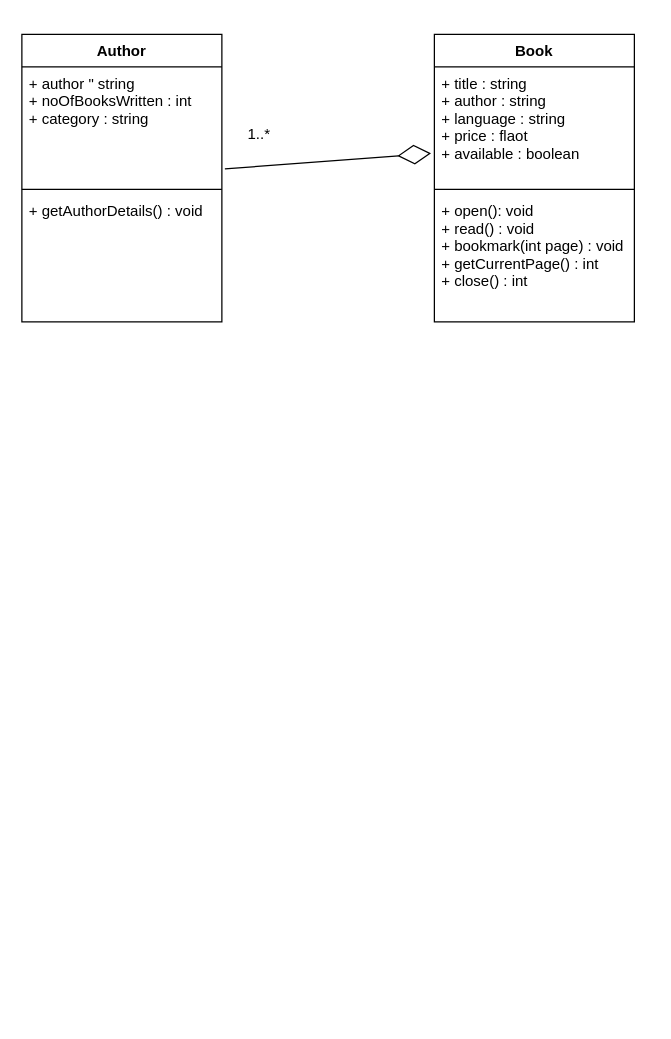
This is page "s1 class diagram" (1 of 3) of guides/c3.drawio from Thammayya/liveMAPGit, a draw.io file, before an edit. Source tidied: cells renumbered, new cells numbered last; positions are measured from the earlier drawing's top-left corner, leaving out a move shared by most shapes. Both pictures are drawn from the tidied source at 125%, with x=0, y=0 at pixel (21, 34).
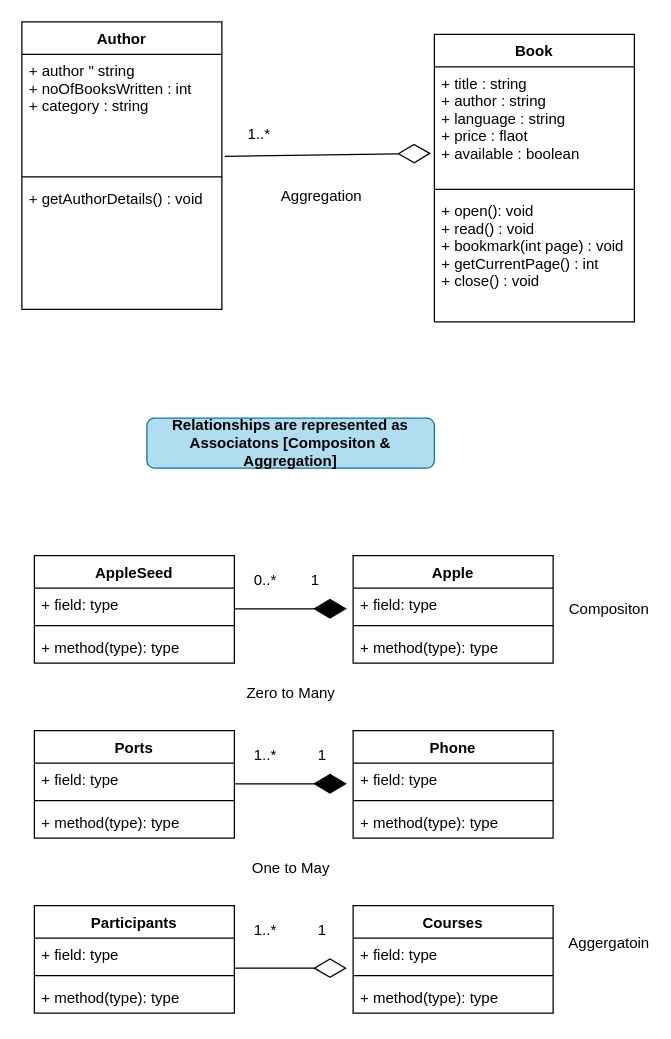
The same page after the edit.

The change refers to these unchanged cells:
```xml
<mxCell id="2" value="Book" style="swimlane;fontStyle=1;align=center;verticalAlign=top;horizontal=1;startSize=26;" parent="1" vertex="1">
  <mxGeometry x="330" width="160" height="230" as="geometry" />
</mxCell>
```

The edit, as a diff of the source:
```diff
@@
-    <mxCell id="5" value="+ open(): void&#10;+ read() : void&#10;+ bookmark(int page) : void&#10;+ getCurrentPage() : int&#10;+ close() : int" style="text;strokeColor=none;fillColor=none;align=left;verticalAlign=top;spacingLeft=4;spacingRight=4;overflow=hidden;" parent="2" vertex="1">
+    <mxCell id="5" value="+ open(): void&#10;+ read() : void&#10;+ bookmark(int page) : void&#10;+ getCurrentPage() : int&#10;+ close() : void" style="text;strokeColor=none;fillColor=none;align=left;verticalAlign=top;spacingLeft=4;spacingRight=4;overflow=hidden;" parent="2" vertex="1">
       <mxGeometry y="128" width="160" height="102" as="geometry" />
     </mxCell>
     <mxCell id="6" value="Author" style="swimlane;fontStyle=1;align=center;verticalAlign=top;horizontal=1;startSize=26;" parent="1" vertex="1">
-      <mxGeometry width="160" height="230" as="geometry" />
+      <mxGeometry y="-10" width="160" height="230" as="geometry" />
     </mxCell>
@@
+    <mxCell id="12" value="Compositon" style="text;html=1;strokeColor=none;fillColor=none;align=center;verticalAlign=middle;whiteSpace=wrap;rounded=0;" parent="1" vertex="1">
+      <mxGeometry x="450" y="450" width="40" height="20" as="geometry" />
+    </mxCell>
+    <mxCell id="13" value="Aggregation" style="text;html=1;strokeColor=none;fillColor=none;align=center;verticalAlign=middle;whiteSpace=wrap;rounded=0;" parent="1" vertex="1">
+      <mxGeometry x="220" y="120" width="40" height="20" as="geometry" />
+    </mxCell>
+    <mxCell id="14" value="Relationships are represented as Associatons [Compositon &amp;amp; Aggregation]" style="rounded=1;whiteSpace=wrap;html=1;fillColor=#b1ddf0;strokeColor=#10739e;fontStyle=1;" parent="1" vertex="1">
+      <mxGeometry x="100" y="307" width="230" height="40" as="geometry" />
+    </mxCell>
+    <mxCell id="15" style="group;" parent="1" vertex="1">
+      <mxGeometry x="10" y="417" width="415" height="86" as="geometry" />
+    </mxCell>
+    <mxCell id="16" value="Apple" style="swimlane;fontStyle=1;align=center;verticalAlign=top;horizontal=1;startSize=26;" parent="15" vertex="1">
+      <mxGeometry x="255" width="160" height="86" as="geometry" />
+    </mxCell>
+    <mxCell id="17" value="+ field: type" style="text;strokeColor=none;fillColor=none;align=left;verticalAlign=top;spacingLeft=4;spacingRight=4;overflow=hidden;" parent="16" vertex="1">
+      <mxGeometry y="26" width="160" height="26" as="geometry" />
+    </mxCell>
+    <mxCell id="18" style="line;strokeWidth=1;fillColor=none;align=left;verticalAlign=middle;spacingTop=-1;spacingLeft=3;spacingRight=3;labelPosition=right;" parent="16" vertex="1">
+      <mxGeometry y="52" width="160" height="8" as="geometry" />
+    </mxCell>
+    <mxCell id="19" value="+ method(type): type" style="text;strokeColor=none;fillColor=none;align=left;verticalAlign=top;spacingLeft=4;spacingRight=4;overflow=hidden;" parent="16" vertex="1">
+      <mxGeometry y="60" width="160" height="26" as="geometry" />
+    </mxCell>
+    <mxCell id="20" value="AppleSeed" style="swimlane;fontStyle=1;align=center;verticalAlign=top;horizontal=1;startSize=26;" parent="15" vertex="1">
+      <mxGeometry width="160" height="86" as="geometry" />
+    </mxCell>
+    <mxCell id="21" value="+ field: type" style="text;strokeColor=none;fillColor=none;align=left;verticalAlign=top;spacingLeft=4;spacingRight=4;overflow=hidden;" parent="20" vertex="1">
+      <mxGeometry y="26" width="160" height="26" as="geometry" />
+    </mxCell>
+    <mxCell id="22" style="line;strokeWidth=1;fillColor=none;align=left;verticalAlign=middle;spacingTop=-1;spacingLeft=3;spacingRight=3;labelPosition=right;" parent="20" vertex="1">
+      <mxGeometry y="52" width="160" height="8" as="geometry" />
+    </mxCell>
+    <mxCell id="23" value="+ method(type): type" style="text;strokeColor=none;fillColor=none;align=left;verticalAlign=top;spacingLeft=4;spacingRight=4;overflow=hidden;" parent="20" vertex="1">
+      <mxGeometry y="60" width="160" height="26" as="geometry" />
+    </mxCell>
+    <mxCell id="24" value="0..*" style="text;html=1;strokeColor=none;fillColor=none;align=center;verticalAlign=middle;whiteSpace=wrap;rounded=0;" parent="15" vertex="1">
+      <mxGeometry x="165" y="10" width="40" height="20" as="geometry" />
+    </mxCell>
+    <mxCell id="25" style="endArrow=diamondThin;endFill=1;endSize=24;html=1;" parent="15" edge="1">
+      <mxGeometry relative="1" as="geometry">
+        <mxPoint x="160" y="42.5" as="sourcePoint" />
+        <mxPoint x="250" y="42.5" as="targetPoint" />
+      </mxGeometry>
+    </mxCell>
+    <mxCell id="26" value="1" style="text;html=1;strokeColor=none;fillColor=none;align=center;verticalAlign=middle;whiteSpace=wrap;rounded=0;" parent="15" vertex="1">
+      <mxGeometry x="205" y="10" width="40" height="20" as="geometry" />
+    </mxCell>
+    <mxCell id="27" value="Zero to Many" style="text;html=1;align=center;verticalAlign=middle;strokeColor=none;fillColor=none;" parent="1" vertex="1">
+      <mxGeometry x="170" y="517" width="90" height="20" as="geometry" />
+    </mxCell>
+    <mxCell id="28" style="group;" parent="1" vertex="1">
+      <mxGeometry x="10" y="557" width="415" height="86" as="geometry" />
+    </mxCell>
+    <mxCell id="29" value="Phone" style="swimlane;fontStyle=1;align=center;verticalAlign=top;horizontal=1;startSize=26;" parent="28" vertex="1">
+      <mxGeometry x="255" width="160" height="86" as="geometry" />
+    </mxCell>
+    <mxCell id="30" value="+ field: type" style="text;strokeColor=none;fillColor=none;align=left;verticalAlign=top;spacingLeft=4;spacingRight=4;overflow=hidden;" parent="29" vertex="1">
+      <mxGeometry y="26" width="160" height="26" as="geometry" />
+    </mxCell>
+    <mxCell id="31" style="line;strokeWidth=1;fillColor=none;align=left;verticalAlign=middle;spacingTop=-1;spacingLeft=3;spacingRight=3;labelPosition=right;" parent="29" vertex="1">
+      <mxGeometry y="52" width="160" height="8" as="geometry" />
+    </mxCell>
+    <mxCell id="32" value="+ method(type): type" style="text;strokeColor=none;fillColor=none;align=left;verticalAlign=top;spacingLeft=4;spacingRight=4;overflow=hidden;" parent="29" vertex="1">
+      <mxGeometry y="60" width="160" height="26" as="geometry" />
+    </mxCell>
+    <mxCell id="33" value="Ports" style="swimlane;fontStyle=1;align=center;verticalAlign=top;horizontal=1;startSize=26;" parent="28" vertex="1">
+      <mxGeometry width="160" height="86" as="geometry" />
+    </mxCell>
+    <mxCell id="34" value="+ field: type" style="text;strokeColor=none;fillColor=none;align=left;verticalAlign=top;spacingLeft=4;spacingRight=4;overflow=hidden;" parent="33" vertex="1">
+      <mxGeometry y="26" width="160" height="26" as="geometry" />
+    </mxCell>
+    <mxCell id="35" style="line;strokeWidth=1;fillColor=none;align=left;verticalAlign=middle;spacingTop=-1;spacingLeft=3;spacingRight=3;labelPosition=right;" parent="33" vertex="1">
+      <mxGeometry y="52" width="160" height="8" as="geometry" />
+    </mxCell>
+    <mxCell id="36" value="+ method(type): type" style="text;strokeColor=none;fillColor=none;align=left;verticalAlign=top;spacingLeft=4;spacingRight=4;overflow=hidden;" parent="33" vertex="1">
+      <mxGeometry y="60" width="160" height="26" as="geometry" />
+    </mxCell>
+    <mxCell id="37" value="1..*" style="text;html=1;strokeColor=none;fillColor=none;align=center;verticalAlign=middle;whiteSpace=wrap;rounded=0;" parent="28" vertex="1">
+      <mxGeometry x="165" y="10" width="40" height="20" as="geometry" />
+    </mxCell>
+    <mxCell id="38" style="endArrow=diamondThin;endFill=1;endSize=24;html=1;" parent="28" edge="1">
+      <mxGeometry relative="1" as="geometry">
+        <mxPoint x="160" y="42.5" as="sourcePoint" />
+        <mxPoint x="250" y="42.5" as="targetPoint" />
+      </mxGeometry>
+    </mxCell>
+    <mxCell id="39" value="One to May" style="text;html=1;align=center;verticalAlign=middle;strokeColor=none;fillColor=none;" parent="1" vertex="1">
+      <mxGeometry x="175" y="657" width="80" height="20" as="geometry" />
+    </mxCell>
+    <mxCell id="40" value="1" style="text;html=1;align=center;verticalAlign=middle;strokeColor=none;fillColor=none;" parent="1" vertex="1">
+      <mxGeometry x="230" y="567" width="20" height="20" as="geometry" />
+    </mxCell>
+    <mxCell id="41" style="group;" parent="1" vertex="1">
+      <mxGeometry x="10" y="697" width="415" height="86" as="geometry" />
+    </mxCell>
+    <mxCell id="42" value="Courses" style="swimlane;fontStyle=1;align=center;verticalAlign=top;horizontal=1;startSize=26;" parent="41" vertex="1">
+      <mxGeometry x="255" width="160" height="86" as="geometry" />
+    </mxCell>
+    <mxCell id="43" value="+ field: type" style="text;strokeColor=none;fillColor=none;align=left;verticalAlign=top;spacingLeft=4;spacingRight=4;overflow=hidden;" parent="42" vertex="1">
+      <mxGeometry y="26" width="160" height="26" as="geometry" />
+    </mxCell>
+    <mxCell id="44" style="line;strokeWidth=1;fillColor=none;align=left;verticalAlign=middle;spacingTop=-1;spacingLeft=3;spacingRight=3;labelPosition=right;" parent="42" vertex="1">
+      <mxGeometry y="52" width="160" height="8" as="geometry" />
+    </mxCell>
+    <mxCell id="45" value="+ method(type): type" style="text;strokeColor=none;fillColor=none;align=left;verticalAlign=top;spacingLeft=4;spacingRight=4;overflow=hidden;" parent="42" vertex="1">
+      <mxGeometry y="60" width="160" height="26" as="geometry" />
+    </mxCell>
+    <mxCell id="46" value="Participants" style="swimlane;fontStyle=1;align=center;verticalAlign=top;horizontal=1;startSize=26;" parent="41" vertex="1">
+      <mxGeometry width="160" height="86" as="geometry" />
+    </mxCell>
+    <mxCell id="47" value="+ field: type" style="text;strokeColor=none;fillColor=none;align=left;verticalAlign=top;spacingLeft=4;spacingRight=4;overflow=hidden;" parent="46" vertex="1">
+      <mxGeometry y="26" width="160" height="26" as="geometry" />
+    </mxCell>
+    <mxCell id="48" style="line;strokeWidth=1;fillColor=none;align=left;verticalAlign=middle;spacingTop=-1;spacingLeft=3;spacingRight=3;labelPosition=right;" parent="46" vertex="1">
+      <mxGeometry y="52" width="160" height="8" as="geometry" />
+    </mxCell>
+    <mxCell id="49" value="+ method(type): type" style="text;strokeColor=none;fillColor=none;align=left;verticalAlign=top;spacingLeft=4;spacingRight=4;overflow=hidden;" parent="46" vertex="1">
+      <mxGeometry y="60" width="160" height="26" as="geometry" />
+    </mxCell>
+    <mxCell id="50" value="1..*" style="text;html=1;strokeColor=none;fillColor=none;align=center;verticalAlign=middle;whiteSpace=wrap;rounded=0;" parent="41" vertex="1">
+      <mxGeometry x="165" y="10" width="40" height="20" as="geometry" />
+    </mxCell>
+    <mxCell id="51" style="endArrow=diamondThin;endFill=0;endSize=24;html=1;" parent="41" edge="1">
+      <mxGeometry relative="1" as="geometry">
+        <mxPoint x="160" y="50" as="sourcePoint" />
+        <mxPoint x="250" y="50" as="targetPoint" />
+      </mxGeometry>
+    </mxCell>
+    <mxCell id="52" value="1" style="text;html=1;align=center;verticalAlign=middle;strokeColor=none;fillColor=none;" parent="1" vertex="1">
+      <mxGeometry x="230" y="707" width="20" height="20" as="geometry" />
+    </mxCell>
+    <mxCell id="53" value="Aggergatoin" style="text;html=1;strokeColor=none;fillColor=none;align=center;verticalAlign=middle;whiteSpace=wrap;rounded=0;" parent="1" vertex="1">
+      <mxGeometry x="450" y="717" width="40" height="20" as="geometry" />
+    </mxCell>
```
